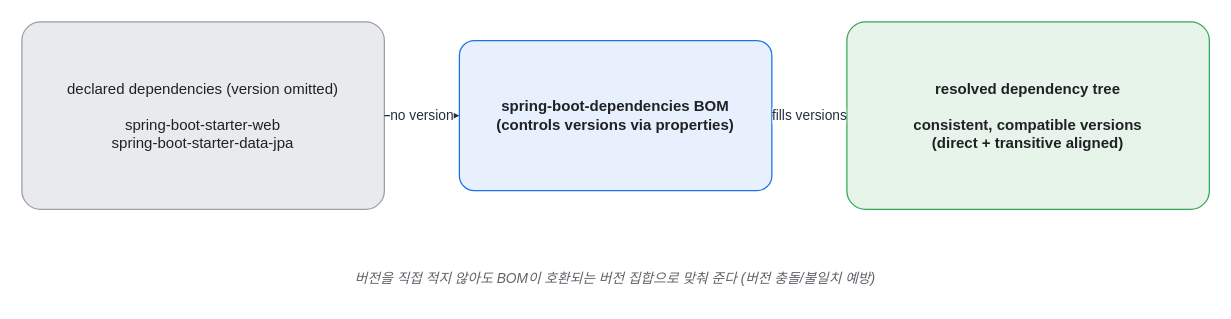
Above: assets/img/spring/spring-22-dependency-bom.drawio in KKamJi98/kkamji98.github.io (draw.io), before the change. Source tidied: cells renumbered, new cells numbered last; positions are measured from the earlier drawing's top-left corner, leaving out a move shared by most shapes. Both pictures are drawn from the tidied source at 125%, with x=0, y=0 at pixel (21, 21).
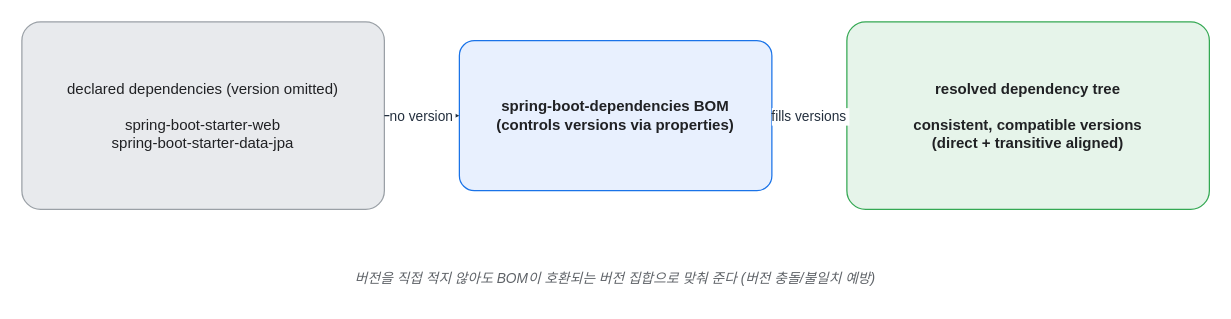
The same page after the edit.

What changed in the source:
```diff
@@
 <mxGraphModel background="#FFFFFF">
   <root>
     <mxCell id="0" />
     <mxCell id="1" parent="0" />
     <mxCell id="2" value="declared dependencies (version omitted)&#10;&#10;spring-boot-starter-web&#10;spring-boot-starter-data-jpa" style="rounded=1;whiteSpace=wrap;html=1;arcSize=10;shadow=0;fillColor=#E8EAED;strokeColor=#9AA0A6;fontColor=#202124;" parent="1" vertex="1">
       <mxGeometry width="290" height="150" as="geometry" />
     </mxCell>
     <mxCell id="3" value="spring-boot-dependencies BOM&#10;(controls versions via properties)" style="rounded=1;whiteSpace=wrap;html=1;arcSize=10;shadow=0;fillColor=#E8F0FE;strokeColor=#1A73E8;fontColor=#202124;fontStyle=1;" parent="1" vertex="1">
       <mxGeometry x="350" y="15" width="250" height="120" as="geometry" />
     </mxCell>
     <mxCell id="4" value="resolved dependency tree&#10;&#10;consistent, compatible versions&#10;(direct + transitive aligned)" style="rounded=1;whiteSpace=wrap;html=1;arcSize=10;shadow=0;fillColor=#E6F4EA;strokeColor=#34A853;fontColor=#202124;fontStyle=1;" parent="1" vertex="1">
       <mxGeometry x="660" width="290" height="150" as="geometry" />
     </mxCell>
     <mxCell id="5" value="버전을 직접 적지 않아도 BOM이 호환되는 버전 집합으로 맞춰 준다 (버전 충돌/불일치 예방)" style="text;html=1;align=center;verticalAlign=middle;whiteSpace=wrap;fontSize=11;fontColor=#5F6368;fontStyle=2;" parent="1" vertex="1">
       <mxGeometry y="190" width="950" height="30" as="geometry" />
     </mxCell>
-    <mxCell id="6" value="no version" style="edgeStyle=orthogonalEdgeStyle;rounded=1;html=1;endArrow=block;strokeColor=#232F3E;fontColor=#232F3E;labelBackgroundColor=#FFFFFF;" parent="1" edge="1" source="2" target="3">
+    <mxCell id="6" value="no version" style="edgeStyle=orthogonalEdgeStyle;rounded=1;html=0;endArrow=block;strokeColor=#232F3E;fontColor=#232F3E;labelBackgroundColor=#FFFFFF;" parent="1" edge="1" source="2" target="3">
       <mxGeometry relative="1" as="geometry" />
     </mxCell>
-    <mxCell id="7" value="fills versions" style="edgeStyle=orthogonalEdgeStyle;rounded=1;html=1;endArrow=block;strokeColor=#232F3E;fontColor=#232F3E;labelBackgroundColor=#FFFFFF;" parent="1" edge="1" source="3" target="4">
+    <mxCell id="7" value="fills versions" style="edgeStyle=orthogonalEdgeStyle;rounded=1;html=0;endArrow=block;strokeColor=#232F3E;fontColor=#232F3E;labelBackgroundColor=#FFFFFF;" parent="1" edge="1" source="3" target="4">
       <mxGeometry relative="1" as="geometry" />
     </mxCell>
   </root>
 </mxGraphModel>
```
